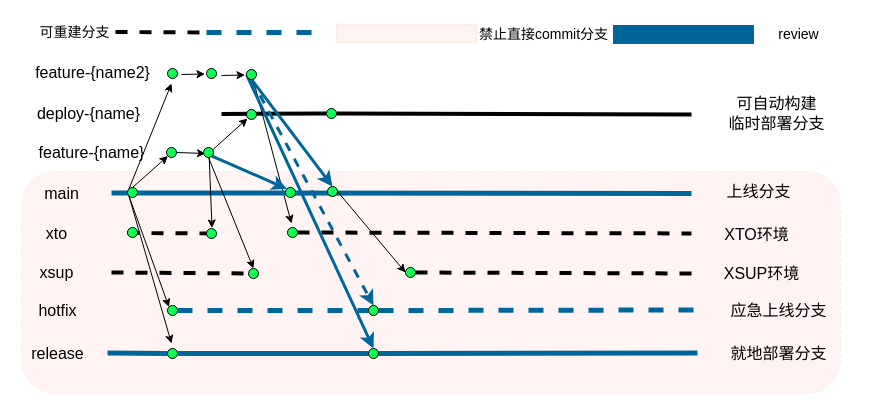
This is 未命名绘图.drawio from sesa732602/draw.io, a draw.io file, before an edit. Source tidied: cells renumbered, new cells numbered last; positions are measured from the earlier drawing's top-left corner, leaving out a move shared by most shapes. Both pictures are drawn from the tidied source at 100%, with x=0, y=0 at pixel (17, 17).
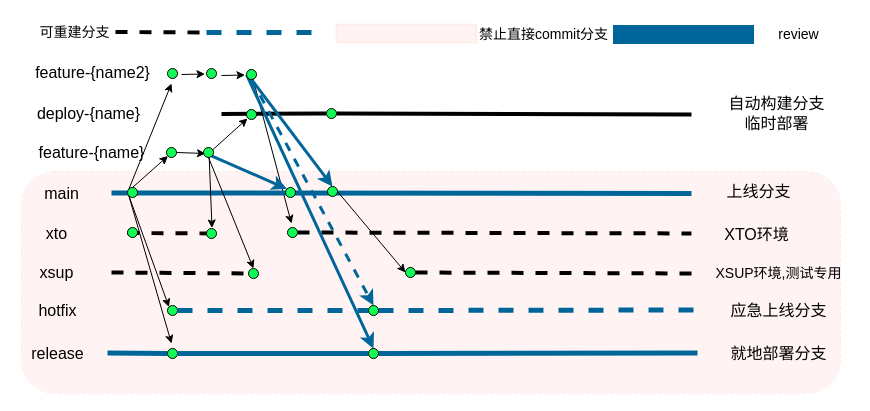
After the change.

Commit message:
更新未命名绘图.drawio

What changed in the source:
```diff
@@
-    <mxCell id="48" value="XSUP环境" style="text;html=1;align=center;verticalAlign=middle;strokeColor=none;fillColor=none;fontSize=16;" parent="1" vertex="1">
-      <mxGeometry x="694" y="241" width="100" height="30" as="geometry" />
+    <mxCell id="48" value="&lt;font style=&quot;font-size: 14px;&quot;&gt;XSUP环境,测试专用&lt;/font&gt;" style="text;html=1;align=center;verticalAlign=middle;strokeColor=none;fillColor=none;fontSize=16;" parent="1" vertex="1">
+      <mxGeometry x="686" y="240" width="150" height="30" as="geometry" />
     </mxCell>
-    <mxCell id="49" value="可自动构建&lt;div&gt;临时部署分支&lt;/div&gt;" style="text;html=1;align=center;verticalAlign=middle;strokeColor=none;fillColor=none;fontSize=16;" parent="1" vertex="1">
+    <mxCell id="49" value="自动构建分支&lt;div&gt;临时部署&lt;/div&gt;" style="text;html=1;align=center;verticalAlign=middle;strokeColor=none;fillColor=none;fontSize=16;" parent="1" vertex="1">
       <mxGeometry x="699" y="71" width="120" height="50" as="geometry" />
     </mxCell>
```
